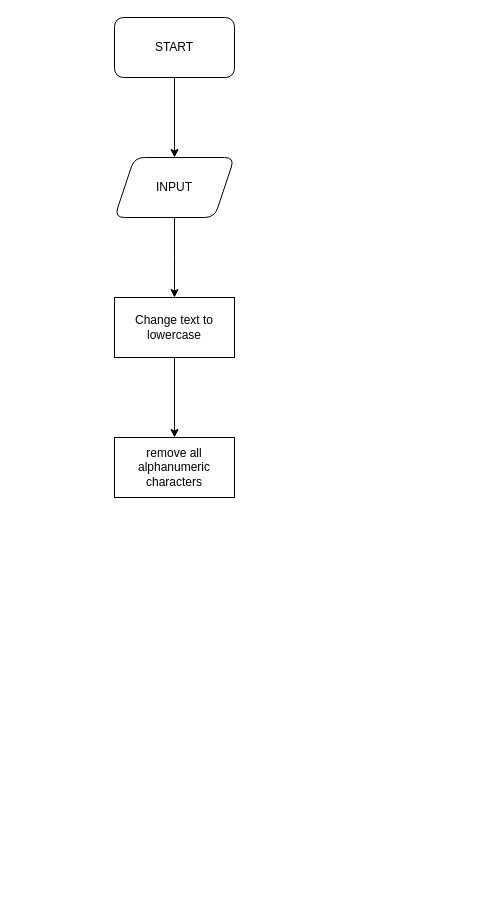
Earlier version of the draw.io diagram page "Page-2" (2 of 2) of Untitled Diagram.drawio (engineeredu/web-forms). Source tidied: cells renumbered, new cells numbered last; positions are measured from the earlier drawing's top-left corner, leaving out a move shared by most shapes. Both pictures are drawn from the tidied source at 100%, with x=0, y=0 at pixel (114, 17).
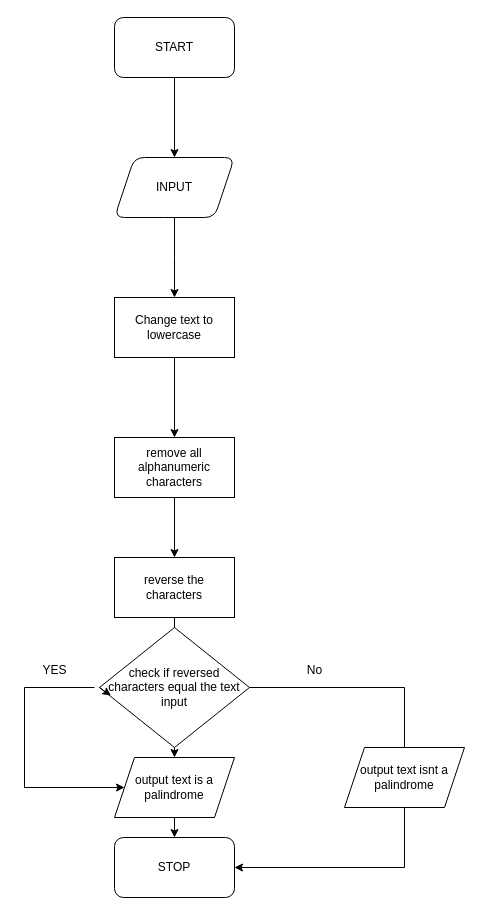
The same page after the edit.

Unchanged cells that the change refers to:
```xml
<mxCell id="8" value="remove all alphanumeric characters" style="rounded=0;whiteSpace=wrap;html=1;" parent="1" vertex="1">
  <mxGeometry y="420" width="120" height="60" as="geometry" />
</mxCell>
```

Change to the diagram source:
```diff
@@
+    <mxCell id="9" style="endArrow=classic;html=1;rounded=0;exitX=0.5;exitY=1;exitDx=0;exitDy=0;" parent="1" edge="1" source="8" target="10">
+      <mxGeometry relative="1" as="geometry" />
+    </mxCell>
+    <mxCell id="10" value="reverse the characters" style="rounded=0;whiteSpace=wrap;html=1;" parent="1" vertex="1">
+      <mxGeometry y="540" width="120" height="60" as="geometry" />
+    </mxCell>
+    <mxCell id="11" style="endArrow=classic;html=1;rounded=0;exitX=0.5;exitY=1;exitDx=0;exitDy=0;" parent="1" edge="1" source="10">
+      <mxGeometry relative="1" as="geometry">
+        <mxPoint x="60" y="640" as="targetPoint" />
+      </mxGeometry>
+    </mxCell>
+    <mxCell id="12" style="endArrow=classic;html=1;rounded=0;exitX=0.5;exitY=1;exitDx=0;exitDy=0;" parent="1" edge="1" target="13">
+      <mxGeometry relative="1" as="geometry">
+        <mxPoint x="60" y="700" as="sourcePoint" />
+      </mxGeometry>
+    </mxCell>
+    <mxCell id="13" value="output text is a palindrome" style="shape=parallelogram;perimeter=parallelogramPerimeter;whiteSpace=wrap;html=1;fixedSize=1;" parent="1" vertex="1">
+      <mxGeometry y="740" width="120" height="60" as="geometry" />
+    </mxCell>
+    <mxCell id="14" style="endArrow=classic;html=1;rounded=0;exitX=0.5;exitY=1;exitDx=0;exitDy=0;" parent="1" edge="1" source="13" target="15">
+      <mxGeometry relative="1" as="geometry" />
+    </mxCell>
+    <mxCell id="15" value="STOP" style="rounded=1;whiteSpace=wrap;html=1;" parent="1" vertex="1">
+      <mxGeometry y="820" width="120" height="60" as="geometry" />
+    </mxCell>
+    <mxCell id="16" value="check if reversed characters equal the text input" style="rhombus;whiteSpace=wrap;html=1;" parent="1" vertex="1">
+      <mxGeometry x="-15" y="610" width="150" height="120" as="geometry" />
+    </mxCell>
+    <mxCell id="17" style="endArrow=none;html=1;rounded=0;" parent="1" edge="1">
+      <mxGeometry relative="1" as="geometry">
+        <mxPoint x="-90" y="670" as="sourcePoint" />
+        <mxPoint x="-90" y="770" as="targetPoint" />
+      </mxGeometry>
+    </mxCell>
+    <mxCell id="18" style="endArrow=classic;html=1;rounded=0;exitX=0;exitY=0.5;exitDx=0;exitDy=0;" parent="1" edge="1" source="16">
+      <mxGeometry relative="1" as="geometry">
+        <mxPoint x="-3.6" y="678" as="targetPoint" />
+      </mxGeometry>
+    </mxCell>
+    <mxCell id="19" style="endArrow=none;html=1;rounded=0;" parent="1" edge="1">
+      <mxGeometry relative="1" as="geometry">
+        <mxPoint x="-20" y="670" as="sourcePoint" />
+        <mxPoint x="-90" y="670" as="targetPoint" />
+      </mxGeometry>
+    </mxCell>
+    <mxCell id="20" style="endArrow=classic;html=1;rounded=0;entryX=0;entryY=0.5;entryDx=0;entryDy=0;" parent="1" edge="1" target="13">
+      <mxGeometry relative="1" as="geometry">
+        <mxPoint x="-90" y="770" as="sourcePoint" />
+      </mxGeometry>
+    </mxCell>
+    <mxCell id="21" value="YES" style="text;html=1;align=center;verticalAlign=middle;strokeColor=none;fillColor=none;" parent="1" vertex="1">
+      <mxGeometry x="-85" y="638" width="50" height="30" as="geometry" />
+    </mxCell>
+    <mxCell id="22" style="endArrow=none;html=1;rounded=0;entryX=1;entryY=0.5;entryDx=0;entryDy=0;" parent="1" edge="1" target="16">
+      <mxGeometry relative="1" as="geometry">
+        <mxPoint x="290" y="670" as="sourcePoint" />
+      </mxGeometry>
+    </mxCell>
+    <mxCell id="23" style="endArrow=none;html=1;rounded=0;" parent="1" edge="1">
+      <mxGeometry relative="1" as="geometry">
+        <mxPoint x="290" y="670" as="sourcePoint" />
+        <mxPoint x="290" y="730" as="targetPoint" />
+      </mxGeometry>
+    </mxCell>
+    <mxCell id="24" value="No" style="text;html=1;align=center;verticalAlign=middle;strokeColor=none;fillColor=none;" parent="1" vertex="1">
+      <mxGeometry x="180" y="638" width="40" height="30" as="geometry" />
+    </mxCell>
+    <mxCell id="25" value="output text isnt a palindrome" style="shape=parallelogram;perimeter=parallelogramPerimeter;whiteSpace=wrap;html=1;fixedSize=1;" parent="1" vertex="1">
+      <mxGeometry x="230" y="730" width="120" height="60" as="geometry" />
+    </mxCell>
+    <mxCell id="26" style="endArrow=none;html=1;rounded=0;entryX=0.5;entryY=1;entryDx=0;entryDy=0;" parent="1" edge="1" target="25">
+      <mxGeometry relative="1" as="geometry">
+        <mxPoint x="290" y="850" as="sourcePoint" />
+      </mxGeometry>
+    </mxCell>
+    <mxCell id="27" style="endArrow=classic;html=1;rounded=0;entryX=1;entryY=0.5;entryDx=0;entryDy=0;" parent="1" edge="1" target="15">
+      <mxGeometry relative="1" as="geometry">
+        <mxPoint x="290" y="850" as="sourcePoint" />
+      </mxGeometry>
+    </mxCell>
```
